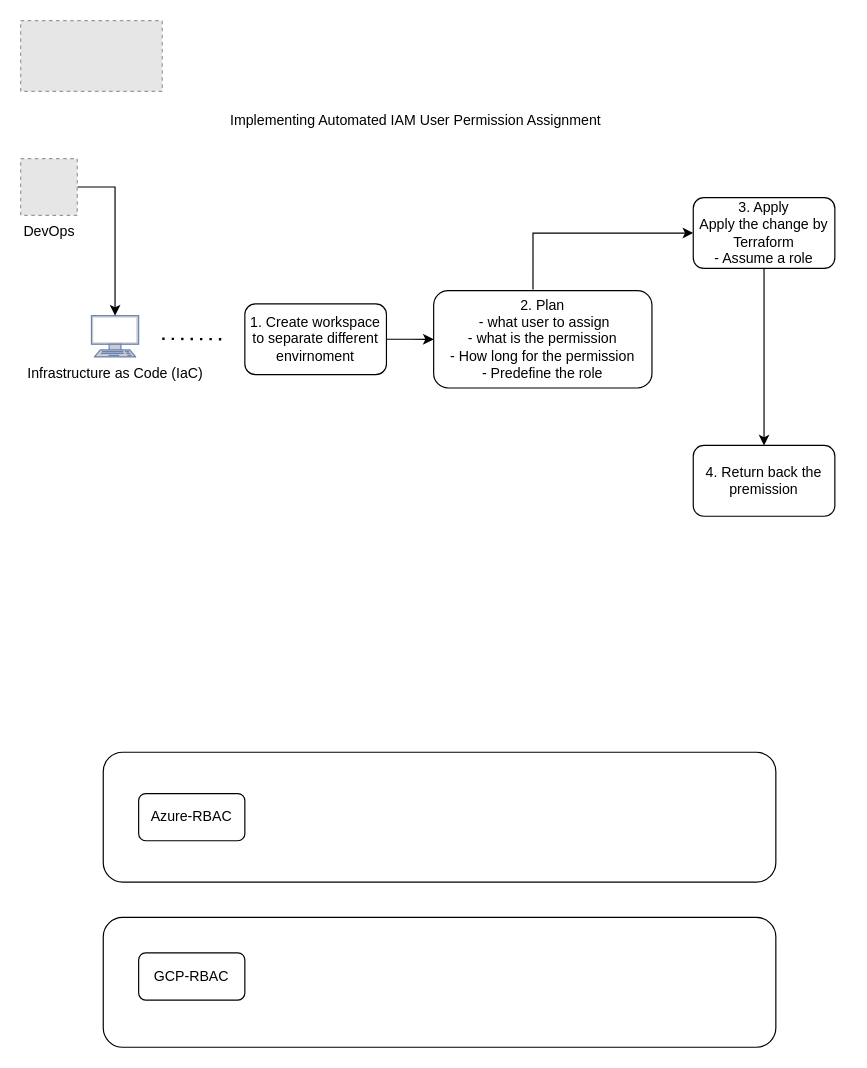
Above: Terraform-Cloud-RBAC.drawio in Tonyfu09/AWS (draw.io), before the change. Source tidied: cells renumbered, new cells numbered last; positions are measured from the earlier drawing's top-left corner, leaving out a move shared by most shapes. Both pictures are drawn from the tidied source at 118%, with x=0, y=0 at pixel (20, 20). Pictures stored in the file or linked from it are replaced by grey dashed boxes.
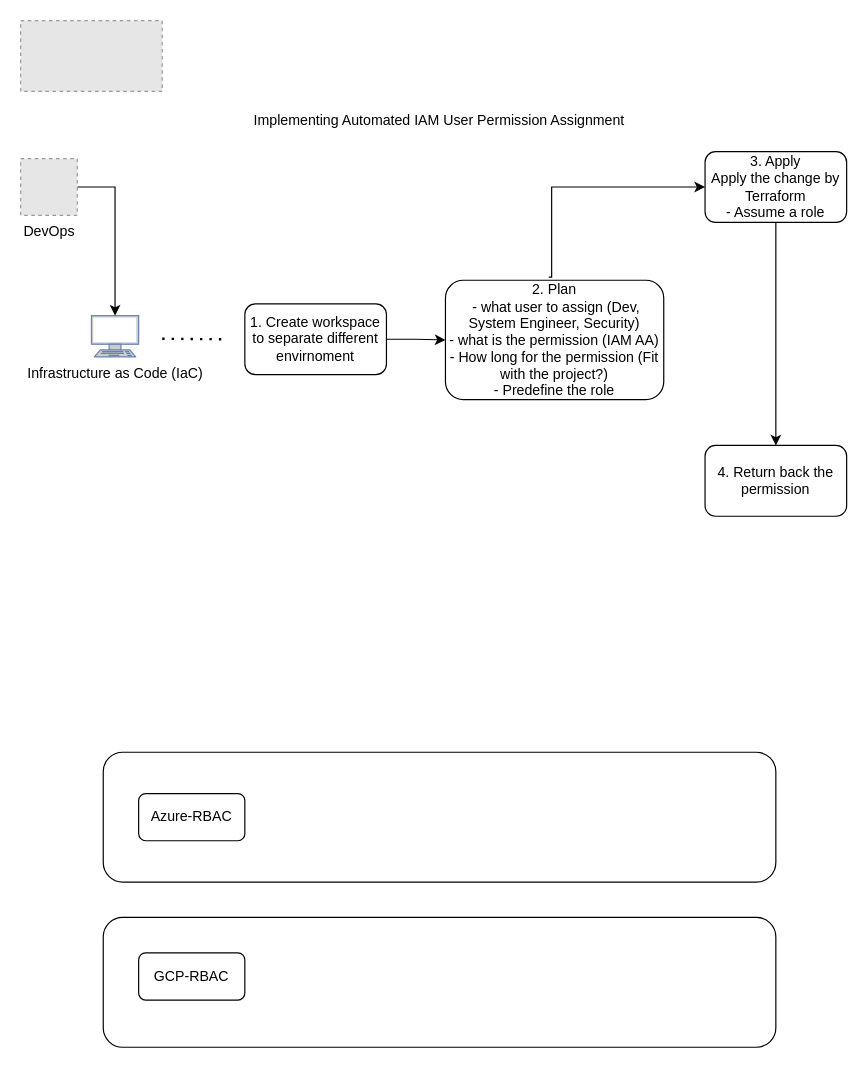
The same diagram, later.

The edit, as a diff of the source:
```diff
@@
-    <mxCell id="4" style="edgeStyle=orthogonalEdgeStyle;rounded=0;jettySize=auto;html=1;exitX=0.455;exitY=-0.012;exitDx=0;exitDy=0;exitPerimeter=0;entryX=0;entryY=0.5;entryDx=0;entryDy=0;" parent="1" edge="1" source="5" target="15">
-      <mxGeometry relative="1" as="geometry" />
+    <mxCell id="4" style="edgeStyle=orthogonalEdgeStyle;rounded=0;jettySize=auto;html=1;exitX=0.473;exitY=-0.026;exitDx=0;exitDy=0;exitPerimeter=0;entryX=0;entryY=0.5;entryDx=0;entryDy=0;" parent="1" edge="1" source="5" target="15">
+      <mxGeometry relative="1" as="geometry">
+        <Array as="points">
+          <mxPoint x="450" y="217" />
+          <mxPoint x="450" y="141" />
+        </Array>
+      </mxGeometry>
     </mxCell>
-    <mxCell id="5" value="2. Plan &lt;br&gt;&amp;nbsp;- what user to assign&lt;br&gt;- what is the permission&lt;br&gt;- How long for the permission&lt;br&gt;- Predefine the role" style="rounded=1;whiteSpace=wrap;html=1;gradientColor=none;" parent="1" vertex="1">
-      <mxGeometry x="350" y="228.8" width="185" height="82.5" as="geometry" />
+    <mxCell id="5" value="2. Plan &lt;br&gt;&amp;nbsp;- what user to assign (Dev, System Engineer, Security)&lt;br&gt;- what is the permission (IAM AA)&lt;br&gt;- How long for the permission (Fit with the project?)&lt;br&gt;- Predefine the role" style="rounded=1;whiteSpace=wrap;html=1;gradientColor=none;" parent="1" vertex="1">
+      <mxGeometry x="360" y="220" width="185" height="101.2" as="geometry" />
     </mxCell>
@@
     <mxCell id="13" value="Implementing Automated IAM User Permission Assignment" style="text;html=1;strokeColor=none;fillColor=none;align=center;verticalAlign=middle;whiteSpace=wrap;rounded=0;" parent="1" vertex="1">
-      <mxGeometry x="165" y="70" width="340" height="30" as="geometry" />
+      <mxGeometry x="185" y="70" width="340" height="30" as="geometry" />
     </mxCell>
@@
     <mxCell id="15" value="3. Apply&lt;br&gt;Apply the change by Terraform&lt;br&gt;- Assume a role" style="whiteSpace=wrap;html=1;rounded=1;gradientColor=none;" parent="1" vertex="1">
-      <mxGeometry x="570" y="150" width="120" height="60" as="geometry" />
+      <mxGeometry x="580" y="111" width="120" height="60" as="geometry" />
     </mxCell>
-    <mxCell id="16" value="4. Return back the premission" style="whiteSpace=wrap;html=1;rounded=1;gradientColor=none;" parent="1" vertex="1">
-      <mxGeometry x="570" y="360" width="120" height="60" as="geometry" />
+    <mxCell id="16" value="4. Return back the permission" style="whiteSpace=wrap;html=1;rounded=1;gradientColor=none;" parent="1" vertex="1">
+      <mxGeometry x="580" y="360" width="120" height="60" as="geometry" />
     </mxCell>
```
